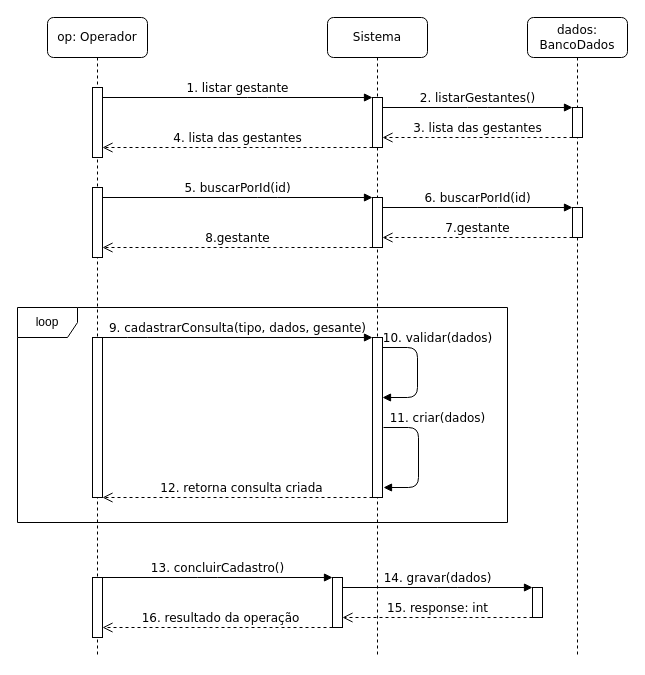
Before: page "criarConsulta" (3 of 6) of diagrama de sequencia do sistema.drawio in LuizGustavoNascimeto/draw.io, a draw.io diagram. Source tidied: cells renumbered, new cells numbered last; positions are measured from the earlier drawing's top-left corner, leaving out a move shared by most shapes. Both pictures are drawn from the tidied source at 100%, with x=0, y=0 at pixel (17, 17).
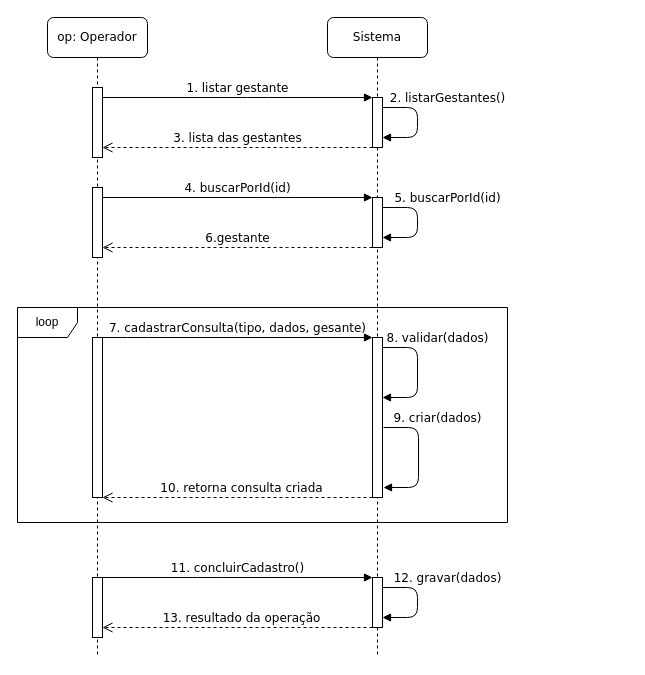
After the change.

Unchanged cells that the change refers to:
```xml
<mxCell id="2" value="Sistema" style="shape=umlLifeline;perimeter=lifelinePerimeter;whiteSpace=wrap;html=1;rounded=1;shadow=0;comic=0;labelBackgroundColor=none;strokeWidth=1;fontFamily=Verdana;fontSize=12;align=center;" parent="1" vertex="1">
  <mxGeometry x="310" width="100" height="640" as="geometry" />
</mxCell>
<mxCell id="3" style="html=1;points=[];perimeter=orthogonalPerimeter;rounded=0;shadow=0;comic=0;labelBackgroundColor=none;strokeWidth=1;fontFamily=Verdana;fontSize=12;align=center;" parent="2" vertex="1">
  <mxGeometry x="45" y="80" width="10" height="50" as="geometry" />
</mxCell>
<mxCell id="4" style="html=1;points=[];perimeter=orthogonalPerimeter;rounded=0;shadow=0;comic=0;labelBackgroundColor=none;strokeWidth=1;fontFamily=Verdana;fontSize=12;align=center;" parent="2" vertex="1">
  <mxGeometry x="45" y="180" width="10" height="50" as="geometry" />
</mxCell>
<mxCell id="5" style="html=1;points=[];perimeter=orthogonalPerimeter;rounded=0;shadow=0;comic=0;labelBackgroundColor=none;strokeWidth=1;fontFamily=Verdana;fontSize=12;align=center;" parent="2" vertex="1">
  <mxGeometry x="45" y="320" width="10" height="160" as="geometry" />
</mxCell>
<mxCell id="10" value="op: Operador" style="shape=umlLifeline;perimeter=lifelinePerimeter;whiteSpace=wrap;html=1;rounded=1;shadow=0;comic=0;labelBackgroundColor=none;strokeWidth=1;fontFamily=Verdana;fontSize=12;align=center;" parent="1" vertex="1">
  <mxGeometry x="30" width="100" height="640" as="geometry" />
</mxCell>
<mxCell id="11" style="html=1;points=[];perimeter=orthogonalPerimeter;rounded=0;shadow=0;comic=0;labelBackgroundColor=none;strokeWidth=1;fontFamily=Verdana;fontSize=12;align=center;" parent="10" vertex="1">
  <mxGeometry x="45" y="70" width="10" height="70" as="geometry" />
</mxCell>
<mxCell id="12" style="html=1;points=[];perimeter=orthogonalPerimeter;rounded=0;shadow=0;comic=0;labelBackgroundColor=none;strokeWidth=1;fontFamily=Verdana;fontSize=12;align=center;" parent="10" vertex="1">
  <mxGeometry x="45" y="560" width="10" height="60" as="geometry" />
</mxCell>
<mxCell id="17" style="html=1;points=[];perimeter=orthogonalPerimeter;rounded=0;shadow=0;comic=0;labelBackgroundColor=none;strokeWidth=1;fontFamily=Verdana;fontSize=12;align=center;" parent="10" vertex="1">
  <mxGeometry x="45" y="320" width="10" height="160" as="geometry" />
</mxCell>
<mxCell id="21" style="html=1;points=[];perimeter=orthogonalPerimeter;rounded=0;shadow=0;comic=0;labelBackgroundColor=none;strokeWidth=1;fontFamily=Verdana;fontSize=12;align=center;" parent="10" vertex="1">
  <mxGeometry x="45" y="170" width="10" height="70" as="geometry" />
</mxCell>
```

The edit, as a diff of the source:
```diff
@@
-    <mxCell id="6" value="10. validar(dados)" style="html=1;verticalAlign=bottom;endArrow=block;labelBackgroundColor=none;fontFamily=Verdana;fontSize=12;edgeStyle=orthogonalEdgeStyle;elbow=horizontal;" parent="2" edge="1">
+    <mxCell id="6" value="8. validar(dados)" style="html=1;verticalAlign=bottom;endArrow=block;labelBackgroundColor=none;fontFamily=Verdana;fontSize=12;edgeStyle=orthogonalEdgeStyle;elbow=horizontal;" parent="2" edge="1">
       <mxGeometry x="-0.42" y="20" relative="1" as="geometry">
         <mxPoint x="55" y="330" as="sourcePoint" />
         <mxPoint x="55" y="380" as="targetPoint" />
         <Array as="points">
           <mxPoint x="90" y="330" />
           <mxPoint x="90" y="380" />
         </Array>
       </mxGeometry>
     </mxCell>
-    <mxCell id="7" value="dados: BancoDados" style="shape=umlLifeline;perimeter=lifelinePerimeter;whiteSpace=wrap;html=1;rounded=1;shadow=0;comic=0;labelBackgroundColor=none;strokeWidth=1;fontFamily=Verdana;fontSize=12;align=center;" parent="1" vertex="1">
-      <mxGeometry x="510" width="100" height="640" as="geometry" />
-    </mxCell>
-    <mxCell id="8" style="html=1;points=[];perimeter=orthogonalPerimeter;rounded=0;shadow=0;comic=0;labelBackgroundColor=none;strokeWidth=1;fontFamily=Verdana;fontSize=12;align=center;" parent="7" vertex="1">
-      <mxGeometry x="45" y="90" width="10" height="30" as="geometry" />
-    </mxCell>
-    <mxCell id="9" style="html=1;points=[];perimeter=orthogonalPerimeter;rounded=0;shadow=0;comic=0;labelBackgroundColor=none;strokeWidth=1;fontFamily=Verdana;fontSize=12;align=center;" parent="7" vertex="1">
-      <mxGeometry x="45" y="190" width="10" height="30" as="geometry" />
-    </mxCell>
+    <mxCell id="13" style="html=1;points=[];perimeter=orthogonalPerimeter;rounded=0;shadow=0;comic=0;labelBackgroundColor=none;strokeWidth=1;fontFamily=Verdana;fontSize=12;align=center;" parent="2" vertex="1">
+      <mxGeometry x="45" y="560" width="10" height="50" as="geometry" />
+    </mxCell>
+    <mxCell id="14" value="12. gravar(dados)" style="html=1;verticalAlign=bottom;endArrow=block;labelBackgroundColor=none;fontFamily=Verdana;fontSize=12;edgeStyle=elbowEdgeStyle;elbow=vertical;" parent="2" edge="1" source="13" target="13">
+      <mxGeometry x="-0.3" y="30" relative="1" as="geometry">
+        <Array as="points">
+          <mxPoint x="90" y="600" />
+        </Array>
+      </mxGeometry>
+    </mxCell>
+    <mxCell id="28" value="&lt;div&gt;5. buscarPorId(id)&lt;br&gt;&lt;/div&gt;" style="html=1;verticalAlign=bottom;endArrow=block;labelBackgroundColor=none;fontFamily=Verdana;fontSize=12;edgeStyle=elbowEdgeStyle;elbow=vertical;" parent="2" edge="1" source="4" target="4">
+      <mxGeometry x="-0.3" y="30" relative="1" as="geometry">
+        <Array as="points">
+          <mxPoint x="90" y="220" />
+        </Array>
+      </mxGeometry>
+    </mxCell>
+    <mxCell id="24" value="&lt;div&gt;2. listarGestantes()&lt;br&gt;&lt;/div&gt;" style="html=1;verticalAlign=bottom;endArrow=block;labelBackgroundColor=none;fontFamily=Verdana;fontSize=12;edgeStyle=elbowEdgeStyle;elbow=vertical;" parent="2" edge="1" source="3" target="3">
+      <mxGeometry x="-0.3" y="30" relative="1" as="geometry">
+        <Array as="points">
+          <mxPoint x="90" y="120" />
+        </Array>
+      </mxGeometry>
+    </mxCell>
@@
-    <mxCell id="13" style="html=1;points=[];perimeter=orthogonalPerimeter;rounded=0;shadow=0;comic=0;labelBackgroundColor=none;strokeWidth=1;fontFamily=Verdana;fontSize=12;align=center;" parent="10" vertex="1">
-      <mxGeometry x="285" y="560" width="10" height="50" as="geometry" />
-    </mxCell>
-    <mxCell id="14" value="14. gravar(dados)" style="html=1;verticalAlign=bottom;endArrow=block;labelBackgroundColor=none;fontFamily=Verdana;fontSize=12;edgeStyle=elbowEdgeStyle;elbow=vertical;" parent="10" edge="1" source="13" target="16">
-      <mxGeometry relative="1" as="geometry">
-        <Array as="points">
-          <mxPoint x="400" y="570" />
-        </Array>
-      </mxGeometry>
-    </mxCell>
-    <mxCell id="15" value="15. response: int" style="html=1;verticalAlign=bottom;endArrow=open;dashed=1;endSize=8;labelBackgroundColor=none;fontFamily=Verdana;fontSize=12;edgeStyle=elbowEdgeStyle;elbow=vertical;" parent="10" edge="1" source="16" target="13">
-      <mxGeometry relative="1" as="geometry">
-        <Array as="points">
-          <mxPoint x="410" y="600" />
-        </Array>
-      </mxGeometry>
-    </mxCell>
-    <mxCell id="16" style="html=1;points=[];perimeter=orthogonalPerimeter;rounded=0;shadow=0;comic=0;labelBackgroundColor=none;strokeWidth=1;fontFamily=Verdana;fontSize=12;align=center;" parent="10" vertex="1">
-      <mxGeometry x="485" y="570" width="10" height="30" as="geometry" />
-    </mxCell>
@@
-    <mxCell id="19" value="&lt;div&gt;13. concluirCadastro()&lt;br&gt;&lt;/div&gt;" style="html=1;verticalAlign=bottom;endArrow=block;labelBackgroundColor=none;fontFamily=Verdana;fontSize=12;edgeStyle=elbowEdgeStyle;elbow=vertical;" parent="10" edge="1" source="12" target="13">
-      <mxGeometry relative="1" as="geometry">
-        <Array as="points">
-          <mxPoint x="160" y="560" />
-        </Array>
-      </mxGeometry>
-    </mxCell>
-    <mxCell id="20" value="16. resultado da operação" style="html=1;verticalAlign=bottom;endArrow=open;dashed=1;endSize=8;labelBackgroundColor=none;fontFamily=Verdana;fontSize=12;edgeStyle=elbowEdgeStyle;elbow=vertical;" parent="10" edge="1" source="13" target="12">
-      <mxGeometry x="-0.03" relative="1" as="geometry">
-        <Array as="points">
-          <mxPoint x="170" y="610" />
-        </Array>
-      </mxGeometry>
-    </mxCell>
@@
-    <mxCell id="22" value="11. criar(dados)" style="html=1;verticalAlign=bottom;endArrow=block;labelBackgroundColor=none;fontFamily=Verdana;fontSize=12;edgeStyle=elbowEdgeStyle;elbow=horizontal;" parent="10" edge="1">
+    <mxCell id="22" value="9. criar(dados)" style="html=1;verticalAlign=bottom;endArrow=block;labelBackgroundColor=none;fontFamily=Verdana;fontSize=12;edgeStyle=elbowEdgeStyle;elbow=horizontal;" parent="10" edge="1">
       <mxGeometry x="-0.46" y="19" relative="1" as="geometry">
         <mxPoint x="336" y="410" as="sourcePoint" />
         <mxPoint x="336" y="470" as="targetPoint" />
         <Array as="points">
           <mxPoint x="371" y="410" />
         </Array>
       </mxGeometry>
     </mxCell>
@@
-    <mxCell id="24" value="&lt;div&gt;2. listarGestantes()&lt;br&gt;&lt;/div&gt;" style="html=1;verticalAlign=bottom;endArrow=block;labelBackgroundColor=none;fontFamily=Verdana;fontSize=12;edgeStyle=elbowEdgeStyle;elbow=vertical;" parent="1" edge="1" source="3" target="8">
-      <mxGeometry relative="1" as="geometry">
-        <Array as="points">
-          <mxPoint x="460" y="90" />
-        </Array>
-      </mxGeometry>
-    </mxCell>
-    <mxCell id="25" value="3. lista das gestantes" style="html=1;verticalAlign=bottom;endArrow=open;dashed=1;endSize=8;labelBackgroundColor=none;fontFamily=Verdana;fontSize=12;edgeStyle=elbowEdgeStyle;elbow=vertical;" parent="1" edge="1" source="8" target="3">
-      <mxGeometry relative="1" as="geometry">
-        <Array as="points">
-          <mxPoint x="420" y="120" />
-        </Array>
-      </mxGeometry>
-    </mxCell>
-    <mxCell id="26" value="4. lista das gestantes" style="html=1;verticalAlign=bottom;endArrow=open;dashed=1;endSize=8;labelBackgroundColor=none;fontFamily=Verdana;fontSize=12;edgeStyle=elbowEdgeStyle;elbow=vertical;" parent="1" edge="1" source="3" target="11">
+    <mxCell id="26" value="3. lista das gestantes" style="html=1;verticalAlign=bottom;endArrow=open;dashed=1;endSize=8;labelBackgroundColor=none;fontFamily=Verdana;fontSize=12;edgeStyle=elbowEdgeStyle;elbow=vertical;" parent="1" edge="1" source="3" target="11">
       <mxGeometry relative="1" as="geometry">
         <Array as="points">
           <mxPoint x="180" y="130" />
         </Array>
       </mxGeometry>
     </mxCell>
-    <mxCell id="27" value="&lt;div&gt;5. buscarPorId(id)&lt;br&gt;&lt;/div&gt;" style="html=1;verticalAlign=bottom;endArrow=block;labelBackgroundColor=none;fontFamily=Verdana;fontSize=12;edgeStyle=elbowEdgeStyle;elbow=vertical;" parent="1" edge="1" source="21" target="4">
+    <mxCell id="27" value="&lt;div&gt;4. buscarPorId(id)&lt;br&gt;&lt;/div&gt;" style="html=1;verticalAlign=bottom;endArrow=block;labelBackgroundColor=none;fontFamily=Verdana;fontSize=12;edgeStyle=elbowEdgeStyle;elbow=vertical;" parent="1" edge="1" source="21" target="4">
       <mxGeometry relative="1" as="geometry">
         <Array as="points">
           <mxPoint x="250" y="180" />
         </Array>
       </mxGeometry>
     </mxCell>
-    <mxCell id="28" value="&lt;div&gt;6. buscarPorId(id)&lt;br&gt;&lt;/div&gt;" style="html=1;verticalAlign=bottom;endArrow=block;labelBackgroundColor=none;fontFamily=Verdana;fontSize=12;edgeStyle=elbowEdgeStyle;elbow=vertical;" parent="1" edge="1" source="4" target="9">
-      <mxGeometry relative="1" as="geometry">
-        <Array as="points">
-          <mxPoint x="470" y="190" />
-        </Array>
-      </mxGeometry>
-    </mxCell>
-    <mxCell id="29" value="7.gestante" style="html=1;verticalAlign=bottom;endArrow=open;dashed=1;endSize=8;labelBackgroundColor=none;fontFamily=Verdana;fontSize=12;edgeStyle=elbowEdgeStyle;elbow=vertical;" parent="1" edge="1" source="9" target="4">
-      <mxGeometry relative="1" as="geometry">
-        <Array as="points">
-          <mxPoint x="460" y="220" />
-        </Array>
-      </mxGeometry>
-    </mxCell>
-    <mxCell id="30" value="8.gestante" style="html=1;verticalAlign=bottom;endArrow=open;dashed=1;endSize=8;labelBackgroundColor=none;fontFamily=Verdana;fontSize=12;edgeStyle=elbowEdgeStyle;elbow=vertical;" parent="1" edge="1" source="4" target="21">
+    <mxCell id="30" value="6.gestante" style="html=1;verticalAlign=bottom;endArrow=open;dashed=1;endSize=8;labelBackgroundColor=none;fontFamily=Verdana;fontSize=12;edgeStyle=elbowEdgeStyle;elbow=vertical;" parent="1" edge="1" source="4" target="21">
       <mxGeometry relative="1" as="geometry">
         <Array as="points">
           <mxPoint x="260" y="230" />
         </Array>
       </mxGeometry>
     </mxCell>
-    <mxCell id="31" value="12. retorna consulta criada" style="html=1;verticalAlign=bottom;endArrow=open;dashed=1;endSize=8;labelBackgroundColor=none;fontFamily=Verdana;fontSize=12;edgeStyle=elbowEdgeStyle;elbow=vertical;" parent="1" edge="1" source="5" target="17">
+    <mxCell id="31" value="10. retorna consulta criada" style="html=1;verticalAlign=bottom;endArrow=open;dashed=1;endSize=8;labelBackgroundColor=none;fontFamily=Verdana;fontSize=12;edgeStyle=elbowEdgeStyle;elbow=vertical;" parent="1" edge="1" source="5" target="17">
       <mxGeometry x="-0.03" relative="1" as="geometry">
         <Array as="points">
           <mxPoint x="180" y="480" />
         </Array>
       </mxGeometry>
     </mxCell>
-    <mxCell id="32" value="9. cadastrarConsulta(tipo, dados, gesante)" style="html=1;verticalAlign=bottom;endArrow=block;labelBackgroundColor=none;fontFamily=Verdana;fontSize=12;edgeStyle=elbowEdgeStyle;elbow=vertical;" parent="1" edge="1" source="17" target="5">
+    <mxCell id="32" value="7. cadastrarConsulta(tipo, dados, gesante)" style="html=1;verticalAlign=bottom;endArrow=block;labelBackgroundColor=none;fontFamily=Verdana;fontSize=12;edgeStyle=elbowEdgeStyle;elbow=vertical;" parent="1" edge="1" source="17" target="5">
       <mxGeometry relative="1" as="geometry">
         <Array as="points">
           <mxPoint x="120" y="320" />
         </Array>
       </mxGeometry>
     </mxCell>
+    <mxCell id="19" value="&lt;div&gt;11. concluirCadastro()&lt;br&gt;&lt;/div&gt;" style="html=1;verticalAlign=bottom;endArrow=block;labelBackgroundColor=none;fontFamily=Verdana;fontSize=12;edgeStyle=elbowEdgeStyle;elbow=vertical;" parent="1" edge="1" source="12" target="13">
+      <mxGeometry relative="1" as="geometry">
+        <Array as="points">
+          <mxPoint x="190" y="560" />
+        </Array>
+      </mxGeometry>
+    </mxCell>
+    <mxCell id="20" value="13. resultado da operação" style="html=1;verticalAlign=bottom;endArrow=open;dashed=1;endSize=8;labelBackgroundColor=none;fontFamily=Verdana;fontSize=12;edgeStyle=elbowEdgeStyle;elbow=vertical;" parent="1" edge="1" source="13" target="12">
+      <mxGeometry x="-0.03" relative="1" as="geometry">
+        <Array as="points">
+          <mxPoint x="200" y="610" />
+        </Array>
+      </mxGeometry>
+    </mxCell>
```
